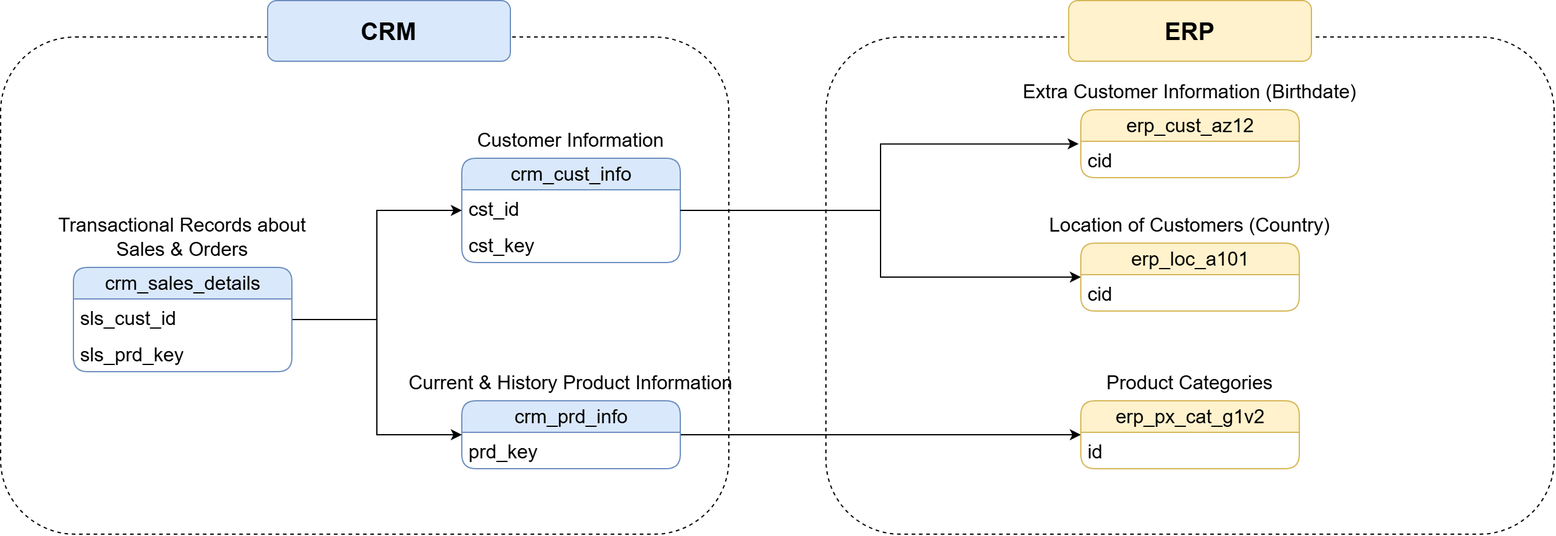
Above: docs/data_integration.png in Asrbek-Engineer/sql-data-warehouse-project (draw.io), before the change. Source tidied: cells renumbered, new cells last; positions are measured from the earlier drawing's top-left corner, leaving out a move shared by most shapes. The source it was exported from:
```xml
<mxGraphModel>
  <root>
    <mxCell id="0" />
    <mxCell id="1" parent="0" />
    <mxCell id="2" style="edgeStyle=orthogonalEdgeStyle;rounded=0;jettySize=auto;html=1;entryX=0;entryY=0.5;entryDx=0;entryDy=0;" parent="1" edge="1" source="3" target="21">
      <mxGeometry relative="1" as="geometry" />
    </mxCell>
    <mxCell id="3" value="crm_cust_info" style="swimlane;fontStyle=0;horizontal=1;startSize=26;fillColor=#dae8fc;html=1;rounded=1;roundedPerimeter=1;strokeColor=#6c8ebf;gradientColor=none;fontSize=16;" parent="1" vertex="1">
      <mxGeometry x="380" y="130" width="180" height="86" as="geometry" />
    </mxCell>
    <mxCell id="4" value="cst_id" style="text;strokeColor=none;fillColor=none;align=left;verticalAlign=top;spacingLeft=4;spacingRight=4;overflow=hidden;whiteSpace=wrap;html=1;fontSize=16;" parent="3" vertex="1">
      <mxGeometry y="26" width="180" height="30" as="geometry" />
    </mxCell>
    <mxCell id="5" value="cst_key" style="text;strokeColor=none;fillColor=none;align=left;verticalAlign=top;spacingLeft=4;spacingRight=4;overflow=hidden;whiteSpace=wrap;html=1;fontSize=16;" parent="3" vertex="1">
      <mxGeometry y="56" width="180" height="30" as="geometry" />
    </mxCell>
    <mxCell id="6" value="Customer Information" style="text;html=1;whiteSpace=wrap;strokeColor=none;fillColor=none;align=center;verticalAlign=middle;rounded=0;fontSize=16;" parent="1" vertex="1">
      <mxGeometry x="380" y="100" width="180" height="30" as="geometry" />
    </mxCell>
    <mxCell id="7" style="edgeStyle=orthogonalEdgeStyle;rounded=0;jettySize=auto;html=1;entryX=0;entryY=0.5;entryDx=0;entryDy=0;" parent="1" edge="1" source="8" target="24">
      <mxGeometry relative="1" as="geometry" />
    </mxCell>
    <mxCell id="8" value="crm_prd_info" style="swimlane;fontStyle=0;horizontal=1;startSize=26;fillColor=#dae8fc;html=1;rounded=1;roundedPerimeter=1;strokeColor=#6c8ebf;gradientColor=none;fontSize=16;" parent="1" vertex="1">
      <mxGeometry x="380" y="330" width="180" height="56" as="geometry" />
    </mxCell>
    <mxCell id="9" value="prd_key" style="text;strokeColor=none;fillColor=none;align=left;verticalAlign=top;spacingLeft=4;spacingRight=4;overflow=hidden;whiteSpace=wrap;html=1;fontSize=16;" parent="8" vertex="1">
      <mxGeometry y="26" width="180" height="30" as="geometry" />
    </mxCell>
    <mxCell id="10" value="Current &amp;amp; History Product Information" style="text;html=1;whiteSpace=wrap;strokeColor=none;fillColor=none;align=center;verticalAlign=middle;rounded=0;fontSize=16;" parent="1" vertex="1">
      <mxGeometry x="330" y="300" width="280" height="30" as="geometry" />
    </mxCell>
    <mxCell id="11" style="edgeStyle=orthogonalEdgeStyle;rounded=0;jettySize=auto;html=1;entryX=0;entryY=0.5;entryDx=0;entryDy=0;" parent="1" edge="1" source="13" target="3">
      <mxGeometry relative="1" as="geometry" />
    </mxCell>
    <mxCell id="12" style="edgeStyle=orthogonalEdgeStyle;rounded=0;jettySize=auto;html=1;entryX=0;entryY=0.5;entryDx=0;entryDy=0;" parent="1" edge="1" source="13" target="8">
      <mxGeometry relative="1" as="geometry" />
    </mxCell>
    <mxCell id="13" value="crm_sales_details" style="swimlane;fontStyle=0;horizontal=1;startSize=26;fillColor=#dae8fc;html=1;rounded=1;roundedPerimeter=1;strokeColor=#6c8ebf;gradientColor=none;fontSize=16;" parent="1" vertex="1">
      <mxGeometry x="60" y="220" width="180" height="86" as="geometry" />
    </mxCell>
    <mxCell id="14" value="sls_cust_id" style="text;strokeColor=none;fillColor=none;align=left;verticalAlign=top;spacingLeft=4;spacingRight=4;overflow=hidden;whiteSpace=wrap;html=1;fontSize=16;" parent="13" vertex="1">
      <mxGeometry y="26" width="180" height="30" as="geometry" />
    </mxCell>
    <mxCell id="15" value="sls_prd_key" style="text;strokeColor=none;fillColor=none;align=left;verticalAlign=top;spacingLeft=4;spacingRight=4;overflow=hidden;whiteSpace=wrap;html=1;fontSize=16;" parent="13" vertex="1">
      <mxGeometry y="56" width="180" height="30" as="geometry" />
    </mxCell>
    <mxCell id="16" value="Transactional Records about Sales &amp;amp; Orders" style="text;html=1;whiteSpace=wrap;strokeColor=none;fillColor=none;align=center;verticalAlign=middle;rounded=0;fontSize=16;" parent="1" vertex="1">
      <mxGeometry x="30" y="180" width="240" height="30" as="geometry" />
    </mxCell>
    <mxCell id="17" value="erp_cust_az12" style="swimlane;fontStyle=0;horizontal=1;startSize=26;fillColor=#fff2cc;html=1;rounded=1;roundedPerimeter=1;strokeColor=#d6b656;fontSize=16;" parent="1" vertex="1">
      <mxGeometry x="890" y="90" width="180" height="56" as="geometry" />
    </mxCell>
    <mxCell id="18" value="cid" style="text;strokeColor=none;fillColor=none;align=left;verticalAlign=top;spacingLeft=4;spacingRight=4;overflow=hidden;points=[[0,0.5],[1,0.5]];portConstraint=eastwest;whiteSpace=wrap;html=1;fontSize=16;" parent="17" vertex="1">
      <mxGeometry y="26" width="180" height="30" as="geometry" />
    </mxCell>
    <mxCell id="19" value="Extra Customer Information (Birthdate)" style="text;html=1;whiteSpace=wrap;strokeColor=none;fillColor=none;align=center;verticalAlign=middle;rounded=0;fontSize=16;" parent="1" vertex="1">
      <mxGeometry x="830" y="60" width="300" height="30" as="geometry" />
    </mxCell>
    <mxCell id="20" style="edgeStyle=orthogonalEdgeStyle;rounded=0;jettySize=auto;html=1;entryX=-0.01;entryY=0.073;entryDx=0;entryDy=0;entryPerimeter=0;" parent="1" edge="1" source="3" target="18">
      <mxGeometry x="0.02" relative="1" as="geometry" />
    </mxCell>
    <mxCell id="21" value="erp_loc_a101" style="swimlane;fontStyle=0;horizontal=1;startSize=26;fillColor=#fff2cc;html=1;rounded=1;roundedPerimeter=1;strokeColor=#d6b656;fontSize=16;" parent="1" vertex="1">
      <mxGeometry x="890" y="200" width="180" height="56" as="geometry" />
    </mxCell>
    <mxCell id="22" value="cid" style="text;strokeColor=none;fillColor=none;align=left;verticalAlign=top;spacingLeft=4;spacingRight=4;overflow=hidden;whiteSpace=wrap;html=1;fontSize=16;" parent="21" vertex="1">
      <mxGeometry y="26" width="180" height="30" as="geometry" />
    </mxCell>
    <mxCell id="23" value="Location of Customers (Country)" style="text;html=1;whiteSpace=wrap;strokeColor=none;fillColor=none;align=center;verticalAlign=middle;rounded=0;fontSize=16;" parent="1" vertex="1">
      <mxGeometry x="860" y="170" width="240" height="30" as="geometry" />
    </mxCell>
    <mxCell id="24" value="erp_px_cat_g1v2" style="swimlane;fontStyle=0;horizontal=1;startSize=26;fillColor=#fff2cc;html=1;rounded=1;roundedPerimeter=1;strokeColor=#d6b656;fontSize=16;" parent="1" vertex="1">
      <mxGeometry x="890" y="330" width="180" height="56" as="geometry" />
    </mxCell>
    <mxCell id="25" value="id" style="text;strokeColor=none;fillColor=none;align=left;verticalAlign=top;spacingLeft=4;spacingRight=4;overflow=hidden;whiteSpace=wrap;html=1;fontSize=16;" parent="24" vertex="1">
      <mxGeometry y="26" width="180" height="30" as="geometry" />
    </mxCell>
    <mxCell id="26" value="Product Categories" style="text;html=1;whiteSpace=wrap;strokeColor=none;fillColor=none;align=center;verticalAlign=middle;rounded=0;fontSize=16;" parent="1" vertex="1">
      <mxGeometry x="830" y="300" width="300" height="30" as="geometry" />
    </mxCell>
    <mxCell id="27" style="rounded=1;whiteSpace=wrap;html=1;roundedPerimeter=1;fillColor=none;dashed=1;" parent="1" vertex="1">
      <mxGeometry y="30" width="600" height="410" as="geometry" />
    </mxCell>
    <mxCell id="28" value="CRM" style="text;html=1;whiteSpace=wrap;strokeColor=#6c8ebf;fillColor=#dae8fc;align=center;verticalAlign=middle;rounded=1;fontStyle=1;fontSize=20;roundedPerimeter=1;" parent="1" vertex="1">
      <mxGeometry x="220" width="200" height="50" as="geometry" />
    </mxCell>
    <mxCell id="29" style="rounded=1;whiteSpace=wrap;html=1;roundedPerimeter=1;fillColor=none;dashed=1;" parent="1" vertex="1">
      <mxGeometry x="680" y="30" width="600" height="410" as="geometry" />
    </mxCell>
    <mxCell id="30" value="ERP" style="text;html=1;whiteSpace=wrap;strokeColor=#d6b656;fillColor=#fff2cc;align=center;verticalAlign=middle;rounded=1;fontStyle=1;fontSize=20;roundedPerimeter=1;" parent="1" vertex="1">
      <mxGeometry x="880" width="200" height="50" as="geometry" />
    </mxCell>
  </root>
</mxGraphModel>
```
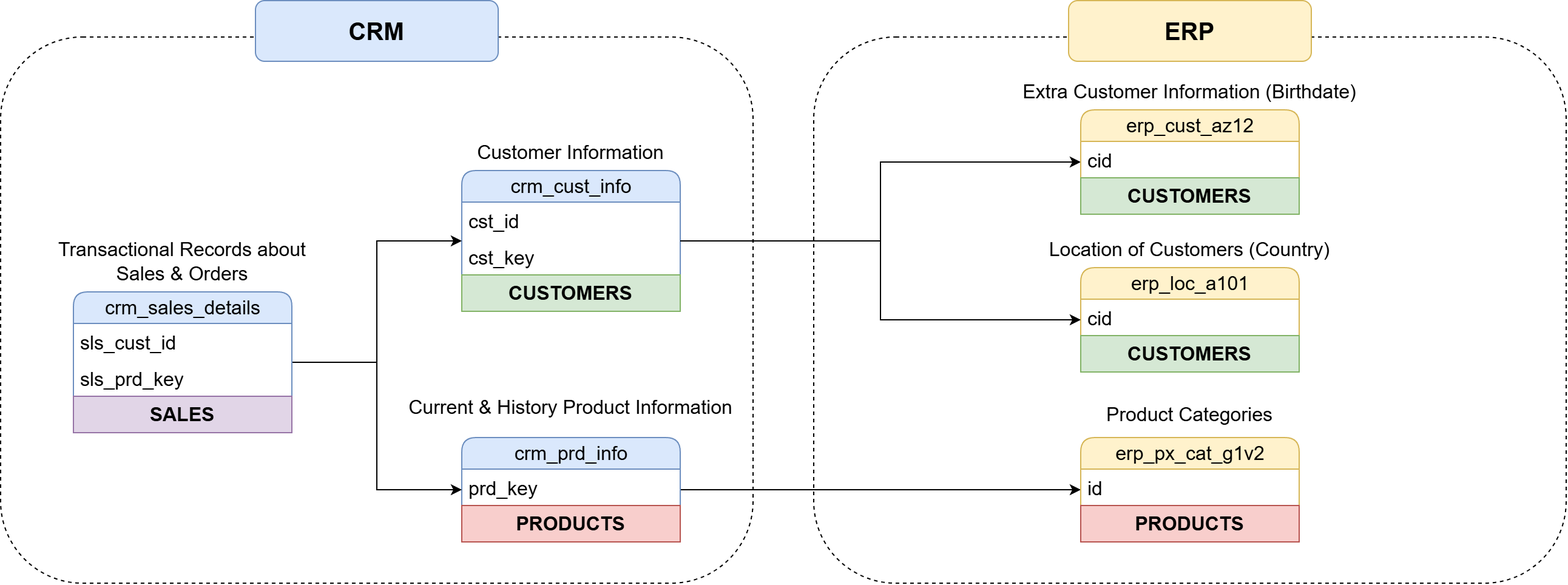
After the commit.

Commit message:
Group source tables into business objects

Diff of the diagram source:
```diff
@@ -2,11 +2,11 @@
   <root>
     <mxCell id="0" />
     <mxCell id="1" parent="0" />
-    <mxCell id="2" style="edgeStyle=orthogonalEdgeStyle;rounded=0;jettySize=auto;html=1;entryX=0;entryY=0.5;entryDx=0;entryDy=0;" parent="1" edge="1" source="3" target="21">
-      <mxGeometry relative="1" as="geometry" />
-    </mxCell>
+    <mxCell id="31" style="edgeStyle=orthogonalEdgeStyle;rounded=0;jettySize=auto;html=1;exitX=1;exitY=0.5;exitDx=0;exitDy=0;entryX=0;entryY=0.5;entryDx=0;entryDy=0;" parent="1" edge="1" source="3" target="17">
+      <mxGeometry x="-0.04" relative="1" as="geometry" />
+    </mxCell>
     <mxCell id="3" value="crm_cust_info" style="swimlane;fontStyle=0;horizontal=1;startSize=26;fillColor=#dae8fc;html=1;rounded=1;roundedPerimeter=1;strokeColor=#6c8ebf;gradientColor=none;fontSize=16;" parent="1" vertex="1">
-      <mxGeometry x="380" y="130" width="180" height="86" as="geometry" />
+      <mxGeometry x="380" y="120" width="180" height="116" as="geometry" />
     </mxCell>
     <mxCell id="4" value="cst_id" style="text;strokeColor=none;fillColor=none;align=left;verticalAlign=top;spacingLeft=4;spacingRight=4;overflow=hidden;whiteSpace=wrap;html=1;fontSize=16;" parent="3" vertex="1">
       <mxGeometry y="26" width="180" height="30" as="geometry" />
@@ -14,18 +14,24 @@
     <mxCell id="5" value="cst_key" style="text;strokeColor=none;fillColor=none;align=left;verticalAlign=top;spacingLeft=4;spacingRight=4;overflow=hidden;whiteSpace=wrap;html=1;fontSize=16;" parent="3" vertex="1">
       <mxGeometry y="56" width="180" height="30" as="geometry" />
     </mxCell>
+    <mxCell id="32" value="PRODUCTS" style="text;html=1;strokeColor=#b85450;fillColor=#f8cecc;align=center;verticalAlign=middle;whiteSpace=wrap;overflow=hidden;fontStyle=1;fontSize=16;" parent="3" vertex="1">
+      <mxGeometry y="86" width="180" height="30" as="geometry" />
+    </mxCell>
     <mxCell id="6" value="Customer Information" style="text;html=1;whiteSpace=wrap;strokeColor=none;fillColor=none;align=center;verticalAlign=middle;rounded=0;fontSize=16;" parent="1" vertex="1">
-      <mxGeometry x="380" y="100" width="180" height="30" as="geometry" />
+      <mxGeometry x="380" y="90" width="180" height="30" as="geometry" />
     </mxCell>
     <mxCell id="7" style="edgeStyle=orthogonalEdgeStyle;rounded=0;jettySize=auto;html=1;entryX=0;entryY=0.5;entryDx=0;entryDy=0;" parent="1" edge="1" source="8" target="24">
       <mxGeometry relative="1" as="geometry" />
     </mxCell>
     <mxCell id="8" value="crm_prd_info" style="swimlane;fontStyle=0;horizontal=1;startSize=26;fillColor=#dae8fc;html=1;rounded=1;roundedPerimeter=1;strokeColor=#6c8ebf;gradientColor=none;fontSize=16;" parent="1" vertex="1">
-      <mxGeometry x="380" y="330" width="180" height="56" as="geometry" />
+      <mxGeometry x="380" y="340" width="180" height="86" as="geometry" />
     </mxCell>
     <mxCell id="9" value="prd_key" style="text;strokeColor=none;fillColor=none;align=left;verticalAlign=top;spacingLeft=4;spacingRight=4;overflow=hidden;whiteSpace=wrap;html=1;fontSize=16;" parent="8" vertex="1">
       <mxGeometry y="26" width="180" height="30" as="geometry" />
     </mxCell>
+    <mxCell id="33" value="PRODUCTS" style="text;html=1;strokeColor=#b85450;fillColor=#f8cecc;align=center;verticalAlign=middle;whiteSpace=wrap;overflow=hidden;fontStyle=1;fontSize=16;" parent="8" vertex="1">
+      <mxGeometry y="56" width="180" height="30" as="geometry" />
+    </mxCell>
     <mxCell id="10" value="Current &amp;amp; History Product Information" style="text;html=1;whiteSpace=wrap;strokeColor=none;fillColor=none;align=center;verticalAlign=middle;rounded=0;fontSize=16;" parent="1" vertex="1">
       <mxGeometry x="330" y="300" width="280" height="30" as="geometry" />
     </mxCell>
@@ -36,7 +42,7 @@
       <mxGeometry relative="1" as="geometry" />
     </mxCell>
     <mxCell id="13" value="crm_sales_details" style="swimlane;fontStyle=0;horizontal=1;startSize=26;fillColor=#dae8fc;html=1;rounded=1;roundedPerimeter=1;strokeColor=#6c8ebf;gradientColor=none;fontSize=16;" parent="1" vertex="1">
-      <mxGeometry x="60" y="220" width="180" height="86" as="geometry" />
+      <mxGeometry x="60" y="220" width="180" height="116" as="geometry" />
     </mxCell>
     <mxCell id="14" value="sls_cust_id" style="text;strokeColor=none;fillColor=none;align=left;verticalAlign=top;spacingLeft=4;spacingRight=4;overflow=hidden;whiteSpace=wrap;html=1;fontSize=16;" parent="13" vertex="1">
       <mxGeometry y="26" width="180" height="30" as="geometry" />
@@ -44,50 +50,65 @@
     <mxCell id="15" value="sls_prd_key" style="text;strokeColor=none;fillColor=none;align=left;verticalAlign=top;spacingLeft=4;spacingRight=4;overflow=hidden;whiteSpace=wrap;html=1;fontSize=16;" parent="13" vertex="1">
       <mxGeometry y="56" width="180" height="30" as="geometry" />
     </mxCell>
+    <mxCell id="34" value="SALES" style="text;html=1;strokeColor=#9673a6;fillColor=#e1d5e7;align=center;verticalAlign=middle;whiteSpace=wrap;overflow=hidden;fontStyle=1;fontSize=16;" parent="13" vertex="1">
+      <mxGeometry y="86" width="180" height="30" as="geometry" />
+    </mxCell>
     <mxCell id="16" value="Transactional Records about Sales &amp;amp; Orders" style="text;html=1;whiteSpace=wrap;strokeColor=none;fillColor=none;align=center;verticalAlign=middle;rounded=0;fontSize=16;" parent="1" vertex="1">
       <mxGeometry x="30" y="180" width="240" height="30" as="geometry" />
     </mxCell>
     <mxCell id="17" value="erp_cust_az12" style="swimlane;fontStyle=0;horizontal=1;startSize=26;fillColor=#fff2cc;html=1;rounded=1;roundedPerimeter=1;strokeColor=#d6b656;fontSize=16;" parent="1" vertex="1">
-      <mxGeometry x="890" y="90" width="180" height="56" as="geometry" />
+      <mxGeometry x="890" y="70" width="180" height="86" as="geometry" />
     </mxCell>
     <mxCell id="18" value="cid" style="text;strokeColor=none;fillColor=none;align=left;verticalAlign=top;spacingLeft=4;spacingRight=4;overflow=hidden;points=[[0,0.5],[1,0.5]];portConstraint=eastwest;whiteSpace=wrap;html=1;fontSize=16;" parent="17" vertex="1">
       <mxGeometry y="26" width="180" height="30" as="geometry" />
     </mxCell>
+    <mxCell id="35" value="CUSTOMERS" style="text;html=1;strokeColor=#82b366;fillColor=#d5e8d4;align=center;verticalAlign=middle;whiteSpace=wrap;overflow=hidden;fontStyle=1;fontSize=16;" parent="17" vertex="1">
+      <mxGeometry y="56" width="180" height="30" as="geometry" />
+    </mxCell>
     <mxCell id="19" value="Extra Customer Information (Birthdate)" style="text;html=1;whiteSpace=wrap;strokeColor=none;fillColor=none;align=center;verticalAlign=middle;rounded=0;fontSize=16;" parent="1" vertex="1">
-      <mxGeometry x="830" y="60" width="300" height="30" as="geometry" />
+      <mxGeometry x="830" y="40" width="300" height="30" as="geometry" />
     </mxCell>
-    <mxCell id="20" style="edgeStyle=orthogonalEdgeStyle;rounded=0;jettySize=auto;html=1;entryX=-0.01;entryY=0.073;entryDx=0;entryDy=0;entryPerimeter=0;" parent="1" edge="1" source="3" target="18">
-      <mxGeometry x="0.02" relative="1" as="geometry" />
-    </mxCell>
     <mxCell id="21" value="erp_loc_a101" style="swimlane;fontStyle=0;horizontal=1;startSize=26;fillColor=#fff2cc;html=1;rounded=1;roundedPerimeter=1;strokeColor=#d6b656;fontSize=16;" parent="1" vertex="1">
-      <mxGeometry x="890" y="200" width="180" height="56" as="geometry" />
+      <mxGeometry x="890" y="200" width="180" height="86" as="geometry" />
     </mxCell>
     <mxCell id="22" value="cid" style="text;strokeColor=none;fillColor=none;align=left;verticalAlign=top;spacingLeft=4;spacingRight=4;overflow=hidden;whiteSpace=wrap;html=1;fontSize=16;" parent="21" vertex="1">
       <mxGeometry y="26" width="180" height="30" as="geometry" />
     </mxCell>
+    <mxCell id="36" value="CUSTOMERS" style="text;html=1;strokeColor=#82b366;fillColor=#d5e8d4;align=center;verticalAlign=middle;whiteSpace=wrap;overflow=hidden;fontStyle=1;fontSize=16;" parent="21" vertex="1">
+      <mxGeometry y="56" width="180" height="30" as="geometry" />
+    </mxCell>
     <mxCell id="23" value="Location of Customers (Country)" style="text;html=1;whiteSpace=wrap;strokeColor=none;fillColor=none;align=center;verticalAlign=middle;rounded=0;fontSize=16;" parent="1" vertex="1">
       <mxGeometry x="860" y="170" width="240" height="30" as="geometry" />
     </mxCell>
     <mxCell id="24" value="erp_px_cat_g1v2" style="swimlane;fontStyle=0;horizontal=1;startSize=26;fillColor=#fff2cc;html=1;rounded=1;roundedPerimeter=1;strokeColor=#d6b656;fontSize=16;" parent="1" vertex="1">
-      <mxGeometry x="890" y="330" width="180" height="56" as="geometry" />
+      <mxGeometry x="890" y="340" width="180" height="86" as="geometry" />
     </mxCell>
     <mxCell id="25" value="id" style="text;strokeColor=none;fillColor=none;align=left;verticalAlign=top;spacingLeft=4;spacingRight=4;overflow=hidden;whiteSpace=wrap;html=1;fontSize=16;" parent="24" vertex="1">
       <mxGeometry y="26" width="180" height="30" as="geometry" />
     </mxCell>
+    <mxCell id="37" value="PRODUCTS" style="text;html=1;strokeColor=#b85450;fillColor=#f8cecc;align=center;verticalAlign=middle;whiteSpace=wrap;overflow=hidden;fontStyle=1;fontSize=16;" parent="24" vertex="1">
+      <mxGeometry y="56" width="180" height="30" as="geometry" />
+    </mxCell>
     <mxCell id="26" value="Product Categories" style="text;html=1;whiteSpace=wrap;strokeColor=none;fillColor=none;align=center;verticalAlign=middle;rounded=0;fontSize=16;" parent="1" vertex="1">
-      <mxGeometry x="830" y="300" width="300" height="30" as="geometry" />
+      <mxGeometry x="830" y="306" width="300" height="30" as="geometry" />
     </mxCell>
     <mxCell id="27" style="rounded=1;whiteSpace=wrap;html=1;roundedPerimeter=1;fillColor=none;dashed=1;" parent="1" vertex="1">
-      <mxGeometry y="30" width="600" height="410" as="geometry" />
+      <mxGeometry y="10" width="620" height="450" as="geometry" />
     </mxCell>
     <mxCell id="28" value="CRM" style="text;html=1;whiteSpace=wrap;strokeColor=#6c8ebf;fillColor=#dae8fc;align=center;verticalAlign=middle;rounded=1;fontStyle=1;fontSize=20;roundedPerimeter=1;" parent="1" vertex="1">
-      <mxGeometry x="220" width="200" height="50" as="geometry" />
+      <mxGeometry x="210" y="-20" width="200" height="50" as="geometry" />
     </mxCell>
-    <mxCell id="29" style="rounded=1;whiteSpace=wrap;html=1;roundedPerimeter=1;fillColor=none;dashed=1;" parent="1" vertex="1">
-      <mxGeometry x="680" y="30" width="600" height="410" as="geometry" />
-    </mxCell>
+    <mxCell id="38" value="CUSTOMERS" style="text;html=1;strokeColor=#82b366;fillColor=#d5e8d4;align=center;verticalAlign=middle;whiteSpace=wrap;overflow=hidden;fontStyle=1;fontSize=16;" parent="1" vertex="1">
+      <mxGeometry x="380" y="206" width="180" height="30" as="geometry" />
+    </mxCell>
+    <mxCell id="2" style="edgeStyle=orthogonalEdgeStyle;rounded=0;jettySize=auto;html=1;exitX=1;exitY=0.5;exitDx=0;exitDy=0;entryX=0;entryY=0.5;entryDx=0;entryDy=0;" parent="1" edge="1" source="3" target="21">
+      <mxGeometry x="0.03" relative="1" as="geometry" />
+    </mxCell>
+    <mxCell id="39" style="rounded=1;whiteSpace=wrap;html=1;roundedPerimeter=1;fillColor=none;dashed=1;" parent="1" vertex="1">
+      <mxGeometry x="670" y="10" width="620" height="450" as="geometry" />
+    </mxCell>
     <mxCell id="30" value="ERP" style="text;html=1;whiteSpace=wrap;strokeColor=#d6b656;fillColor=#fff2cc;align=center;verticalAlign=middle;rounded=1;fontStyle=1;fontSize=20;roundedPerimeter=1;" parent="1" vertex="1">
-      <mxGeometry x="880" width="200" height="50" as="geometry" />
+      <mxGeometry x="880" y="-20" width="200" height="50" as="geometry" />
     </mxCell>
   </root>
 </mxGraphModel>
```
